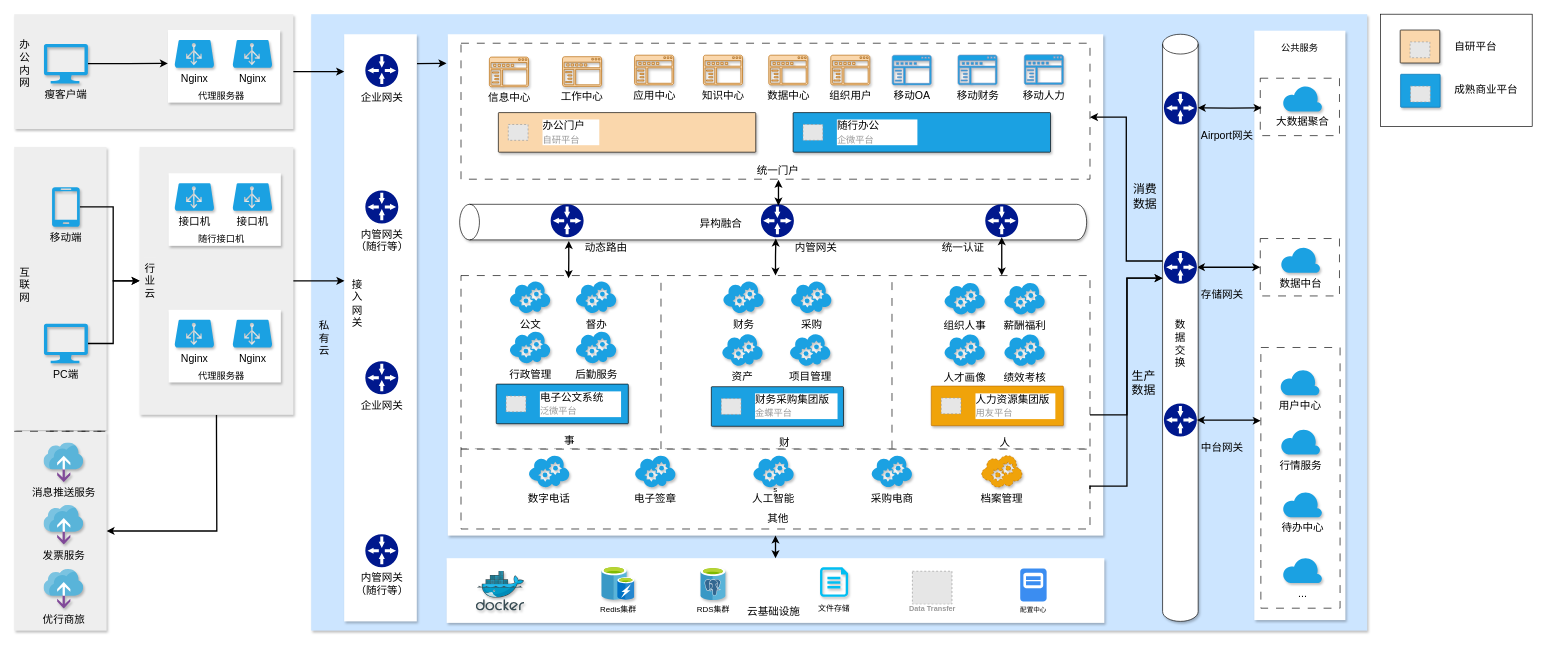
Before: page "一网统管架构图20240305" (13 of 25) of Untitled Diagram.drawio in shiki-mqp/PrivatePods, a draw.io diagram. Source tidied: cells renumbered, new cells numbered last; positions are measured from the earlier drawing's top-left corner, leaving out a move shared by most shapes. Both pictures are drawn from the tidied source at 66%, with x=0, y=0 at pixel (14, -92). Pictures stored in the file or linked from it are replaced by grey dashed boxes.
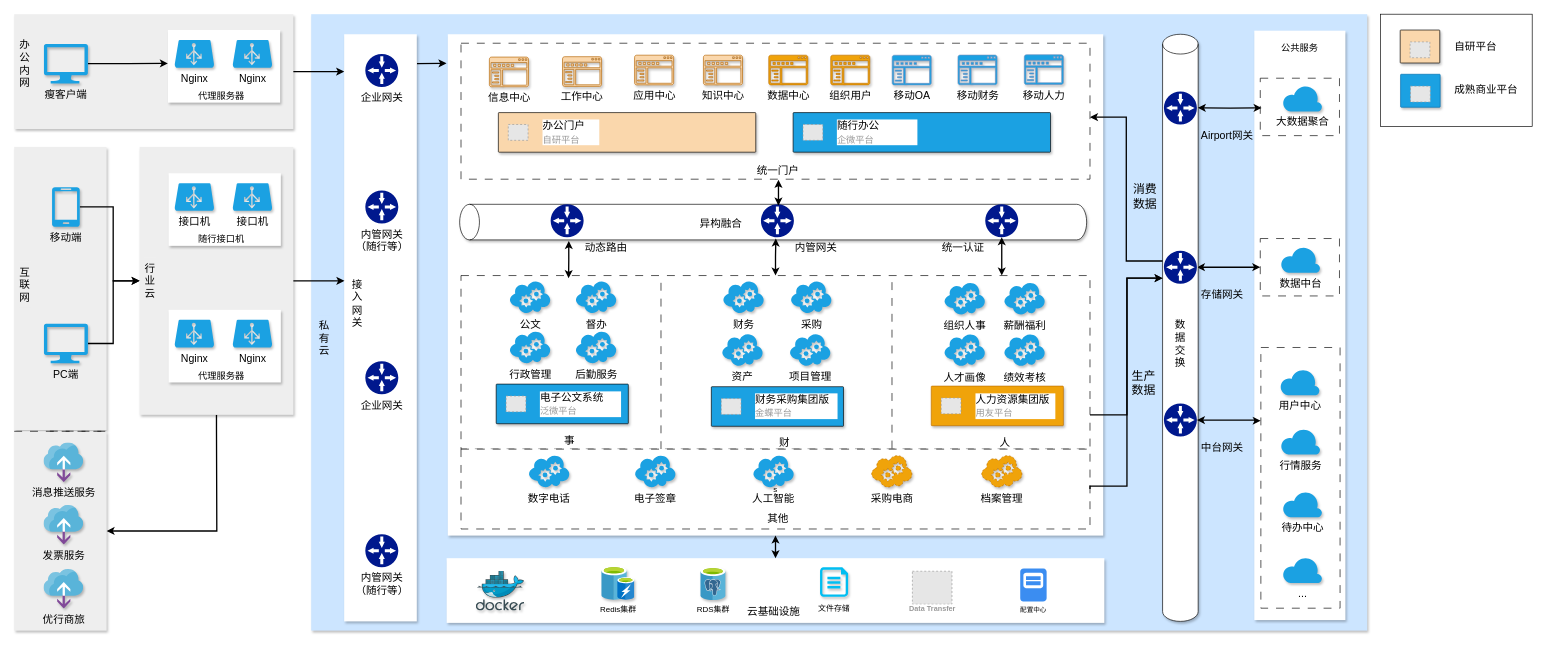
After the change.

What changed in the source:
```diff
@@
-    <mxCell id="101" value="数据中心" style="sketch=0;shadow=1;dashed=0;html=1;strokeColor=#b46504;labelPosition=center;verticalLabelPosition=bottom;verticalAlign=top;align=center;fillColor=#fad7ac;shape=mxgraph.mscae.intune.company_portal;labelBackgroundColor=none;strokeWidth=1;fontFamily=Helvetica;fontSize=16;fontColor=default;" parent="1" vertex="1">
+    <mxCell id="101" value="数据中心" style="sketch=0;shadow=1;html=1;strokeColor=#BD7000;labelPosition=center;verticalLabelPosition=bottom;verticalAlign=top;align=center;fillColor=#f0a30a;shape=mxgraph.mscae.intune.company_portal;labelBackgroundColor=none;strokeWidth=1;fontFamily=Helvetica;fontSize=16;fontColor=#000000;" parent="1" vertex="1">
       <mxGeometry x="1143.3" y="222.1" width="59.2" height="45" as="geometry" />
     </mxCell>
-    <mxCell id="102" value="组织用户" style="sketch=0;shadow=1;dashed=0;html=1;strokeColor=#b46504;labelPosition=center;verticalLabelPosition=bottom;verticalAlign=top;align=center;fillColor=#fad7ac;shape=mxgraph.mscae.intune.company_portal;labelBackgroundColor=none;strokeWidth=1;fontFamily=Helvetica;fontSize=16;fontColor=default;" parent="1" vertex="1">
+    <mxCell id="102" value="组织用户" style="sketch=0;shadow=1;dashed=0;html=1;strokeColor=#BD7000;labelPosition=center;verticalLabelPosition=bottom;verticalAlign=top;align=center;fillColor=#f0a30a;shape=mxgraph.mscae.intune.company_portal;labelBackgroundColor=none;strokeWidth=1;fontFamily=Helvetica;fontSize=16;fontColor=#000000;" parent="1" vertex="1">
       <mxGeometry x="1237.2" y="222.1" width="59.2" height="45" as="geometry" />
     </mxCell>
@@
-    <mxCell id="133" value="采购电商" style="verticalLabelPosition=bottom;html=1;verticalAlign=top;align=center;strokeColor=none;fillColor=#1ba1e2;shape=mxgraph.azure.cloud_service;shadow=1;dashed=1;strokeWidth=1;fontSize=16;fontColor=#000000;labelBackgroundColor=none;fontFamily=Helvetica;" parent="1" vertex="1">
+    <mxCell id="133" value="采购电商" style="verticalLabelPosition=bottom;html=1;verticalAlign=top;align=center;strokeColor=#BD7000;fillColor=#f0a30a;shape=mxgraph.azure.cloud_service;shadow=1;dashed=1;strokeWidth=1;fontSize=16;fontColor=#000000;labelBackgroundColor=none;fontFamily=Helvetica;" parent="1" vertex="1">
       <mxGeometry x="1298.4" y="827.2" width="62.5" height="50" as="geometry" />
     </mxCell>
```
